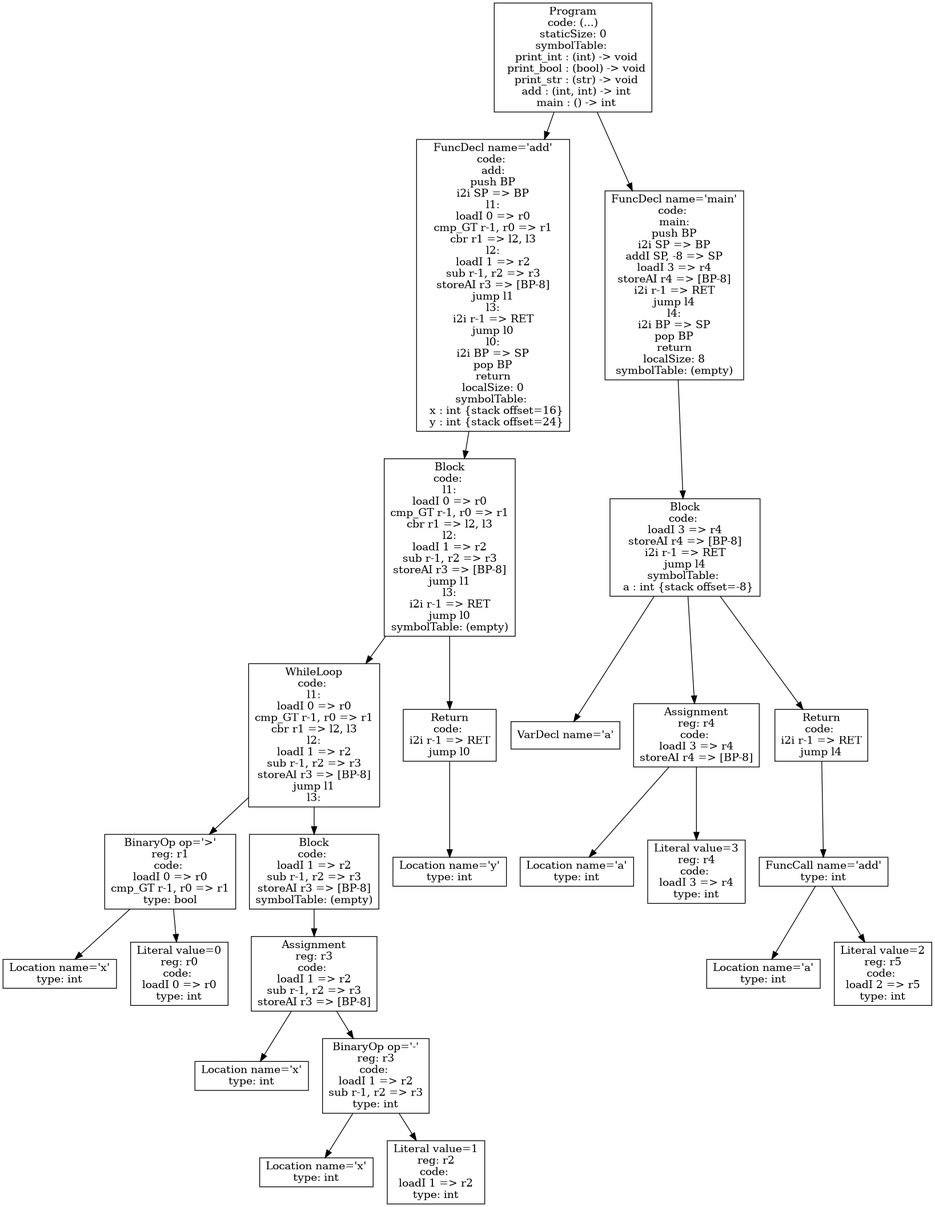
The Graphviz diagram p4-codegen/tests/iloc-tree.png in atrim11/CS432, before a commit. Its source is kept beside it as p4-codegen/iloc-tree.dot.
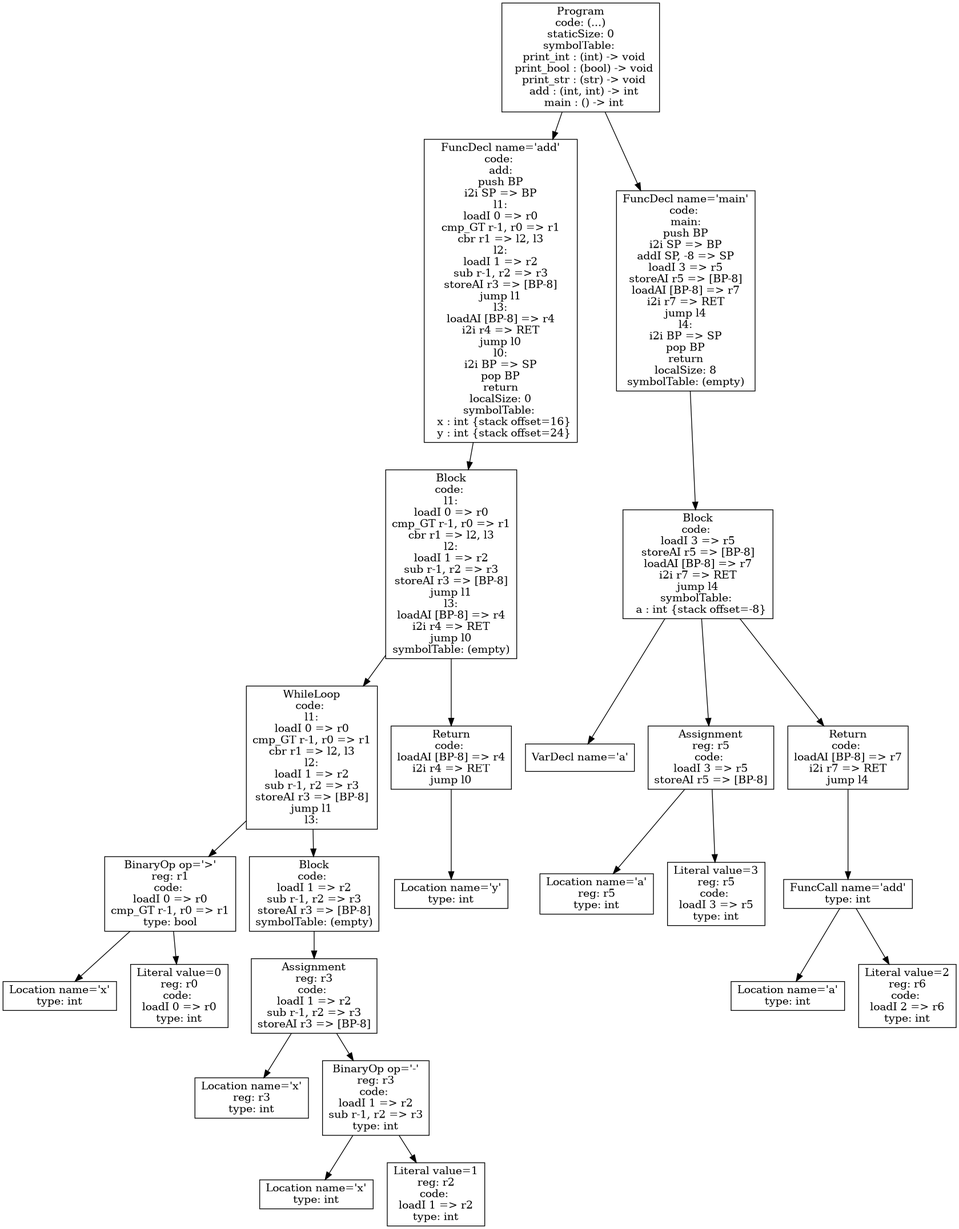
The same diagram one commit later.

What changed in the source:
```diff
@@ -14,13 +14,13 @@
 4 -> 5;
 4 -> 6;
 12 [shape=box, label="Location name='a'\ntype: int"];
-11 [shape=box, label="Return\ncode: \ni2i r-1 => RET\njump l0"];
+11 [shape=box, label="Return\ncode: \nloadAI [BP-8] => r5\ni2i r5 => RET\njump l0"];
 11 -> 12;
-2 [shape=box, label="Block\ncode: \nloadI 2 => r0\nloadI 3 => r1\nloadI 4 => r2\nmult r1, r2 => r3\nadd r0, r3 => r4\nstoreAI r4 => [BP-8]\ni2i r-1 => RET\njump l0\nsymbolTable: \n  a : int {stack offset=-8}"];
+2 [shape=box, label="Block\ncode: \nloadI 2 => r0\nloadI 3 => r1\nloadI 4 => r2\nmult r1, r2 => r3\nadd r0, r3 => r4\nstoreAI r4 => [BP-8]\nloadAI [BP-8] => r5\ni2i r5 => RET\njump l0\nsymbolTable: \n  a : int {stack offset=-8}"];
 2 -> 3;
 2 -> 4;
 2 -> 11;
-1 [shape=box, label="FuncDecl name='main'\ncode: \nmain:\npush BP\ni2i SP => BP\naddI SP, -8 => SP\nloadI 2 => r0\nloadI 3 => r1\nloadI 4 => r2\nmult r1, r2 => r3\nadd r0, r3 => r4\nstoreAI r4 => [BP-8]\ni2i r-1 => RET\njump l0\nl0:\ni2i BP => SP\npop BP\nreturn\nlocalSize: 8\nsymbolTable: (empty)"];
+1 [shape=box, label="FuncDecl name='main'\ncode: \nmain:\npush BP\ni2i SP => BP\naddI SP, -8 => SP\nloadI 2 => r0\nloadI 3 => r1\nloadI 4 => r2\nmult r1, r2 => r3\nadd r0, r3 => r4\nstoreAI r4 => [BP-8]\nloadAI [BP-8] => r5\ni2i r5 => RET\njump l0\nl0:\ni2i BP => SP\npop BP\nreturn\nlocalSize: 8\nsymbolTable: (empty)"];
 1 -> 2;
 0 [shape=box, label="Program\ncode: (...)\nstaticSize: 0\nsymbolTable: \n  print_int : (int) -> void\n  print_bool : (bool) -> void\n  print_str : (str) -> void\n  main : () -> int"];
 0 -> 1;
```
